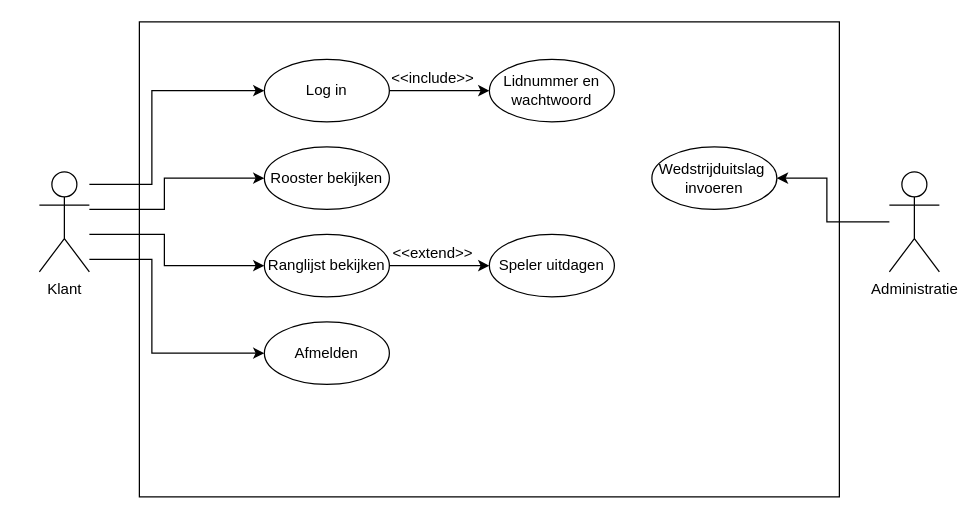
EMB20/Procesanalyse keeps this draw.io diagram as ProcesAnalyseTopSpin.drawio. Above is the earlier version. Source tidied: cells renumbered, new cells numbered last; positions are measured from the earlier drawing's top-left corner, leaving out a move shared by most shapes. Both pictures are drawn from the tidied source at 125%, with x=0, y=0 at pixel (39, 21).
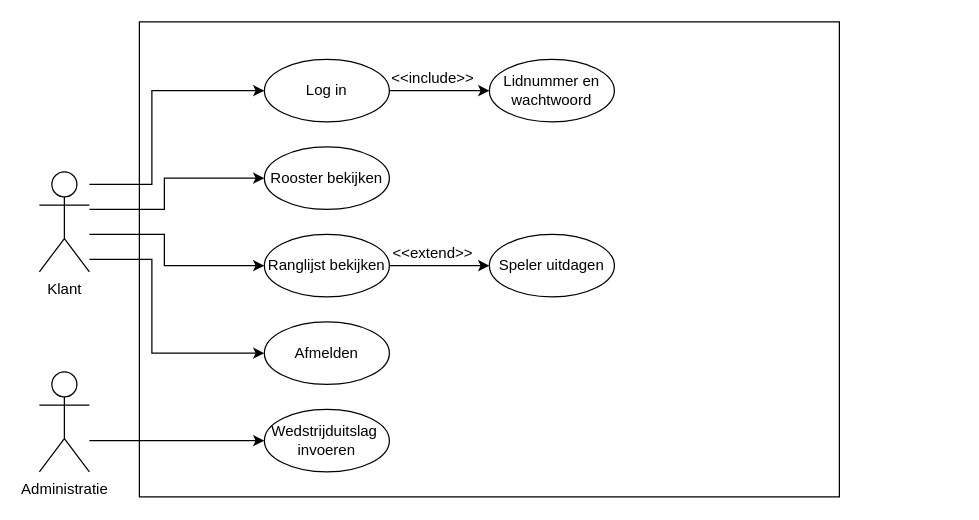
After the change.

Diff of the diagram source:
```diff
@@
     <mxCell id="18" value="Wedstrijduitslag&amp;nbsp;&lt;div&gt;&lt;span style=&quot;background-color: initial;&quot;&gt;invoeren&lt;/span&gt;&lt;/div&gt;" style="ellipse;whiteSpace=wrap;html=1;" parent="1" vertex="1">
-      <mxGeometry x="490" y="100" width="100" height="50" as="geometry" />
+      <mxGeometry x="180" y="310" width="100" height="50" as="geometry" />
     </mxCell>
-    <mxCell id="19" style="edgeStyle=orthogonalEdgeStyle;rounded=0;jettySize=auto;html=1;" parent="1" edge="1" source="20" target="18">
+    <mxCell id="19" style="edgeStyle=orthogonalEdgeStyle;rounded=0;jettySize=auto;html=1;entryX=0;entryY=0.5;entryDx=0;entryDy=0;" parent="1" edge="1" source="20" target="18">
       <mxGeometry relative="1" as="geometry">
         <Array as="points">
-          <mxPoint x="630" y="160" />
-          <mxPoint x="630" y="125" />
+          <mxPoint x="80" y="335" />
+          <mxPoint x="80" y="335" />
         </Array>
       </mxGeometry>
     </mxCell>
     <mxCell id="20" value="Administratie" style="shape=umlActor;verticalLabelPosition=bottom;verticalAlign=top;html=1;outlineConnect=0;" parent="1" vertex="1">
-      <mxGeometry x="680" y="120" width="40" height="80" as="geometry" />
+      <mxGeometry y="280" width="40" height="80" as="geometry" />
     </mxCell>
```
